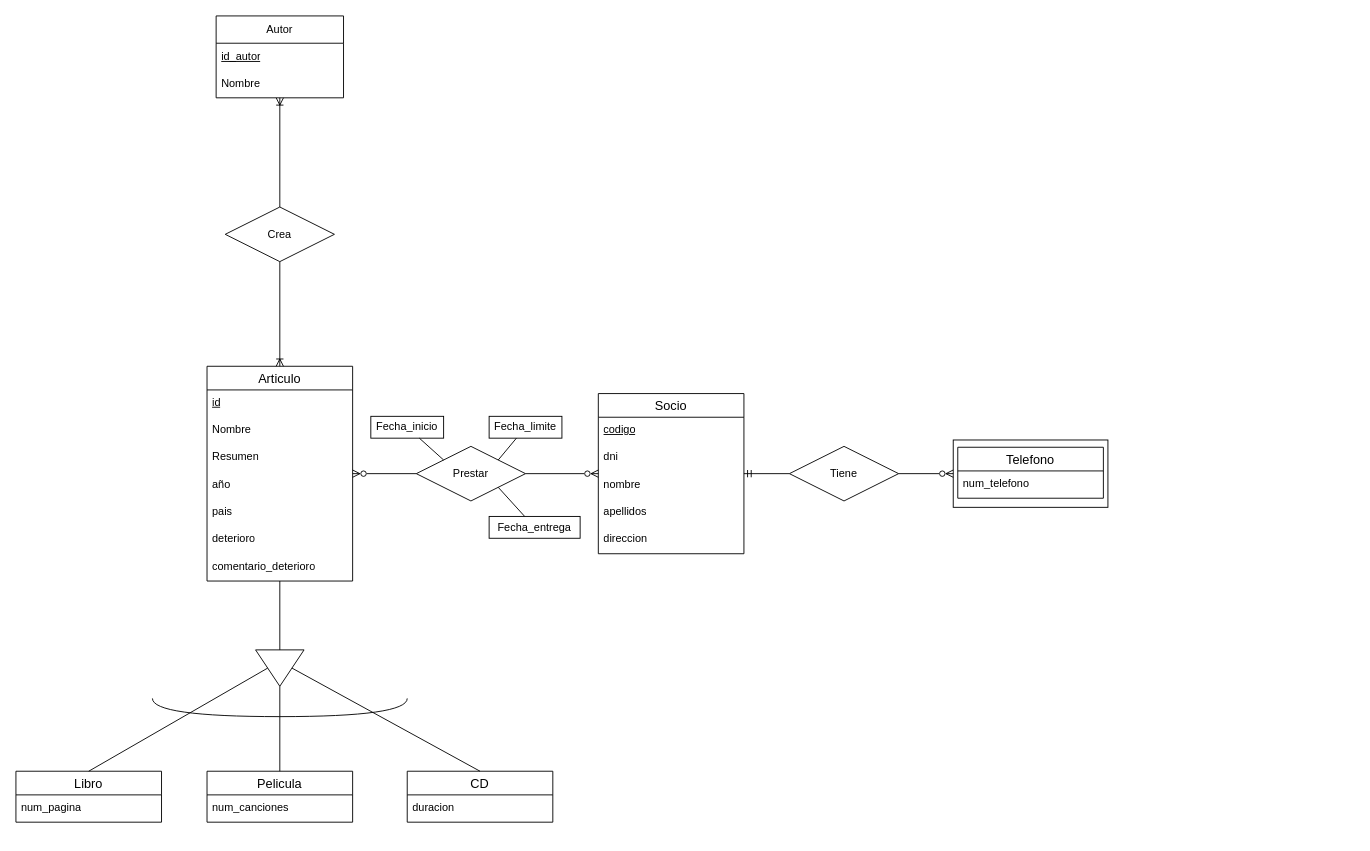
The draw.io diagram TA12Ej6.drawio in AlejandroCara/acr-tsys-modeloER-drawio-1110, before the edit. Source tidied: cells renumbered, new cells numbered last; positions are measured from the earlier drawing's top-left corner, leaving out a move shared by most shapes. Both pictures are drawn from the tidied source at 91%, with x=0, y=0 at pixel (15, 15).
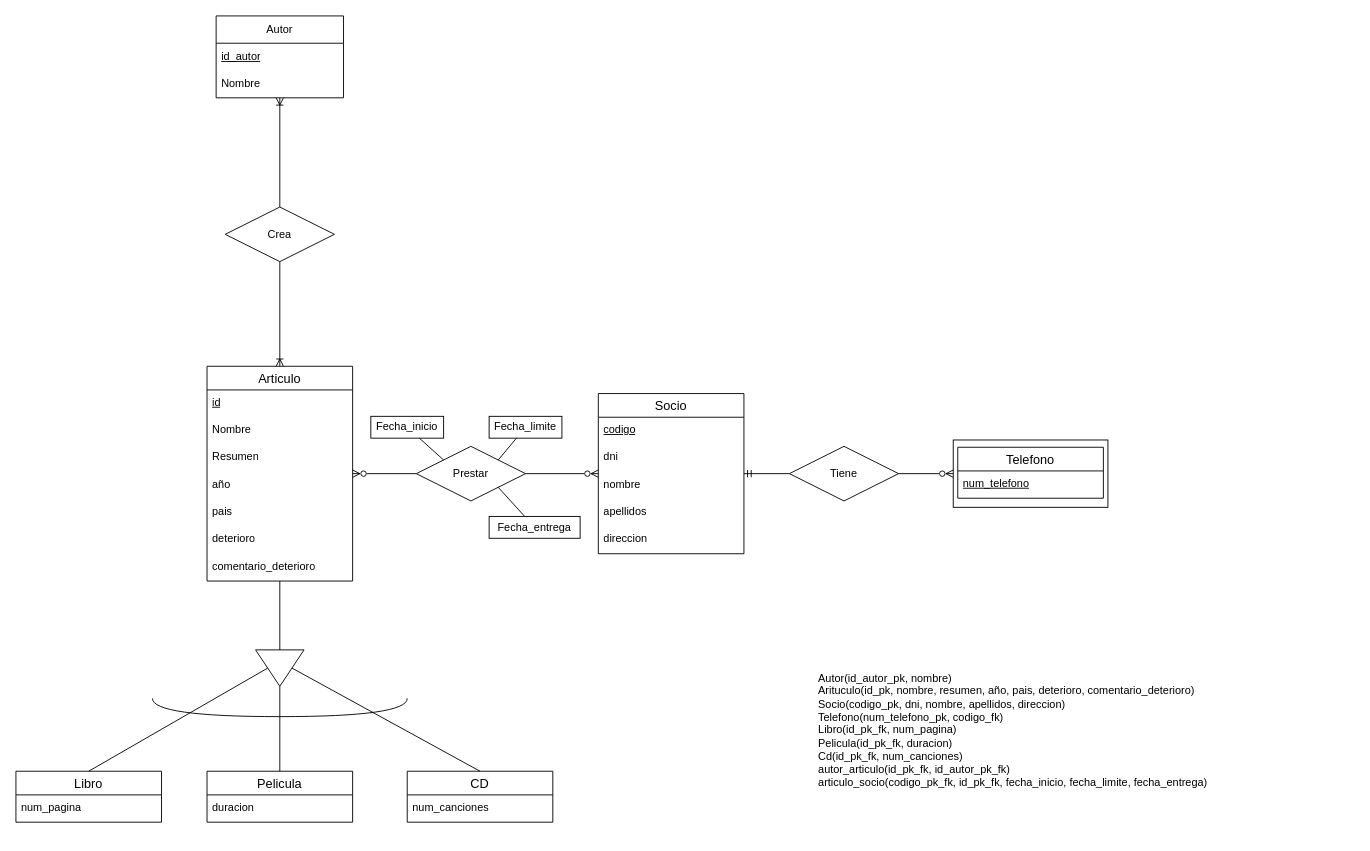
Above is the later version.

Unchanged cells that the change refers to:
```xml
<mxCell id="4" value="CD" style="swimlane;fontStyle=0;horizontal=1;startSize=26;align=center;fontSize=14;" parent="1" vertex="1">
  <mxGeometry x="430" y="830" width="160" height="56" as="geometry" />
</mxCell>
<mxCell id="12" value="Pelicula" style="swimlane;fontStyle=0;horizontal=1;startSize=26;align=center;fontSize=14;" parent="1" vertex="1">
  <mxGeometry x="210" y="830" width="160" height="56" as="geometry" />
</mxCell>
<mxCell id="29" value="Telefono" style="swimlane;fontStyle=0;horizontal=1;startSize=26;align=center;fontSize=14;" parent="1" vertex="1">
  <mxGeometry x="1035" y="474" width="160" height="56" as="geometry" />
</mxCell>
```

The edit, as a diff of the source:
```diff
@@
-    <mxCell id="5" value="duracion" style="text;strokeColor=none;fillColor=none;spacingLeft=4;spacingRight=4;overflow=hidden;fontSize=12;whiteSpace=wrap;html=1;" parent="4" vertex="1">
+    <mxCell id="5" value="num_canciones" style="text;strokeColor=none;fillColor=none;spacingLeft=4;spacingRight=4;overflow=hidden;fontSize=12;whiteSpace=wrap;html=1;" parent="4" vertex="1">
       <mxGeometry y="26" width="160" height="30" as="geometry" />
     </mxCell>
@@
-    <mxCell id="13" value="num_canciones" style="text;strokeColor=none;fillColor=none;spacingLeft=4;spacingRight=4;overflow=hidden;fontSize=12;whiteSpace=wrap;html=1;" parent="12" vertex="1">
+    <mxCell id="13" value="duracion" style="text;strokeColor=none;fillColor=none;spacingLeft=4;spacingRight=4;overflow=hidden;fontSize=12;whiteSpace=wrap;html=1;" parent="12" vertex="1">
       <mxGeometry y="26" width="160" height="30" as="geometry" />
     </mxCell>
@@
-    <mxCell id="30" value="num_telefono" style="text;strokeColor=none;fillColor=none;spacingLeft=4;spacingRight=4;overflow=hidden;fontSize=12;whiteSpace=wrap;html=1;" parent="29" vertex="1">
+    <mxCell id="30" value="&lt;u&gt;num_telefono&lt;/u&gt;" style="text;strokeColor=none;fillColor=none;spacingLeft=4;spacingRight=4;overflow=hidden;fontSize=12;whiteSpace=wrap;html=1;" parent="29" vertex="1">
       <mxGeometry y="26" width="160" height="30" as="geometry" />
     </mxCell>
@@
+    <mxCell id="49" value="Autor(id_autor_pk, nombre)&lt;br&gt;Arituculo(id_pk, nombre, resumen, año, pais, deterioro, comentario_deterioro)&lt;br&gt;Socio(codigo_pk, dni, nombre, apellidos, direccion)&lt;br&gt;Telefono(num_telefono_pk, codigo_fk)&lt;br&gt;Libro(id_pk_fk, num_pagina)&lt;br&gt;Pelicula(id_pk_fk, duracion)&lt;br&gt;Cd(id_pk_fk, num_canciones)&lt;br&gt;autor_articulo(id_pk_fk, id_autor_pk_fk)&lt;br&gt;articulo_socio(codigo_pk_fk, id_pk_fk, fecha_inicio, fecha_limite, fecha_entrega)" style="text;html=1;strokeColor=none;fillColor=none;align=left;verticalAlign=middle;whiteSpace=wrap;rounded=0;" parent="1" vertex="1">
+      <mxGeometry x="880" y="670" width="590" height="230" as="geometry" />
+    </mxCell>
```
